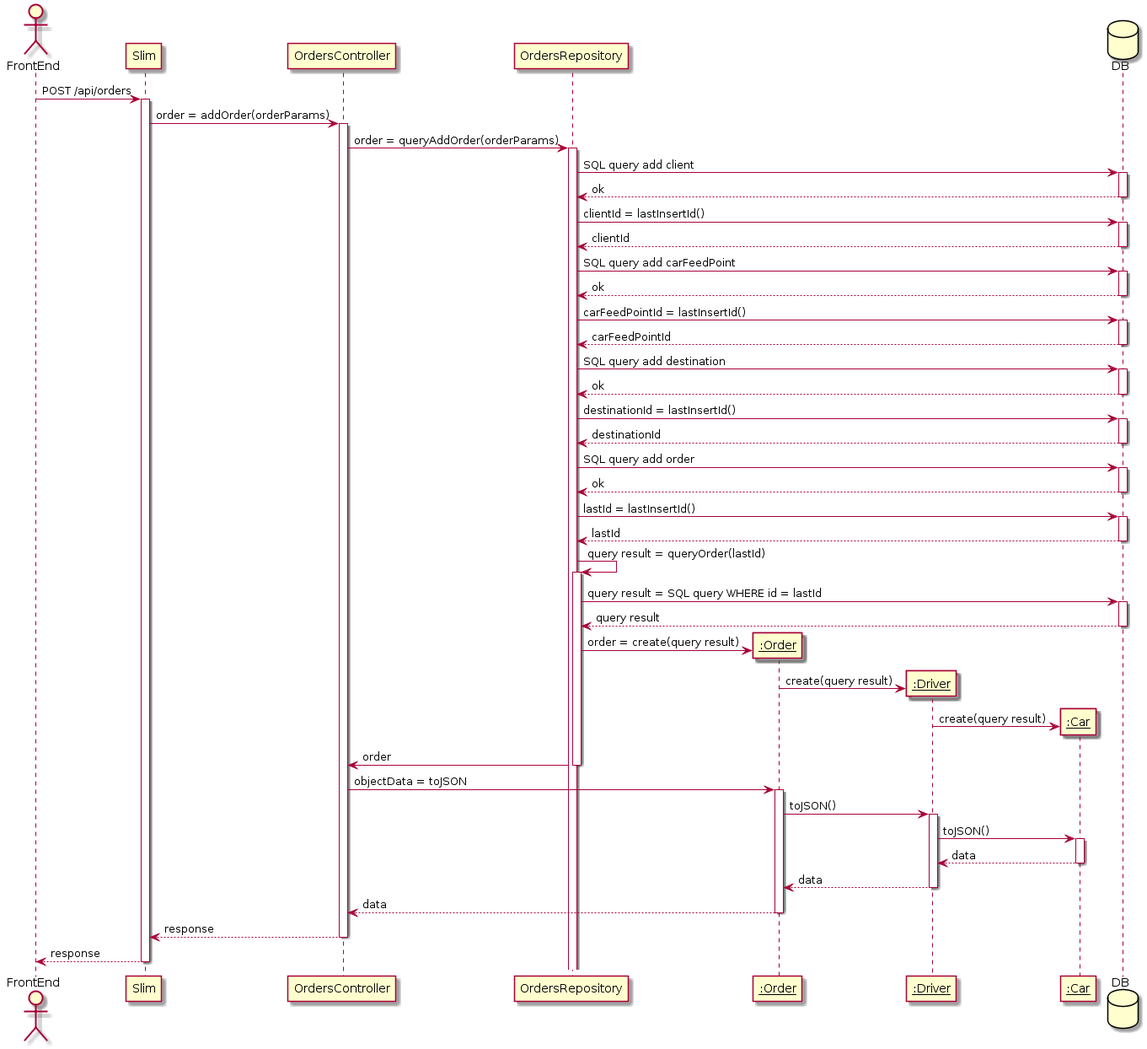
The PlantUML diagram docs/BackEnd/SequenceDiagram/AddOrder.png in malvinkooo/taxiSystem, before a commit.
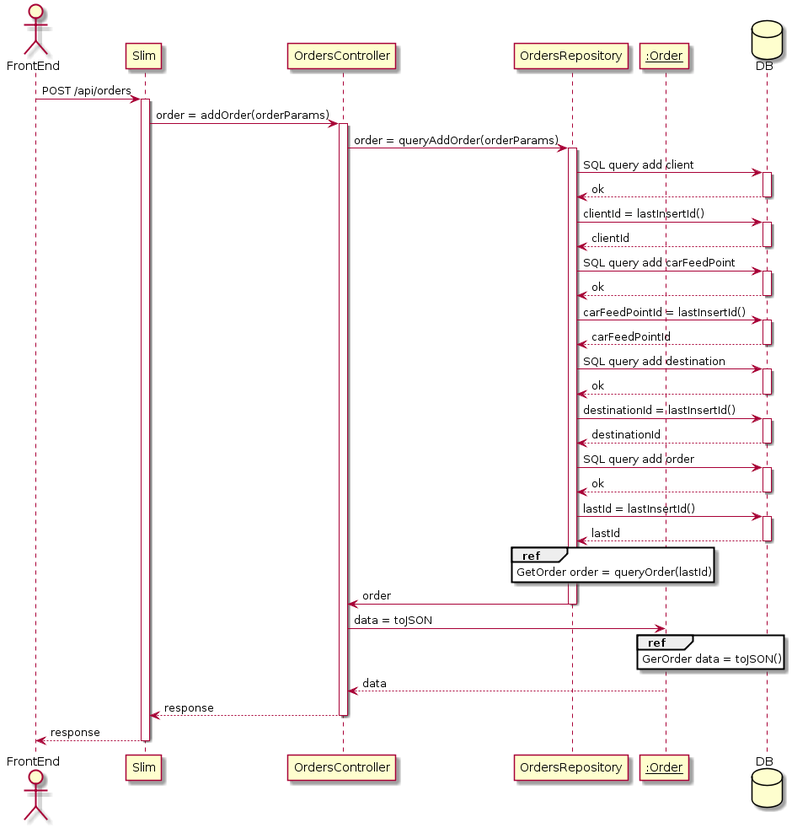
After the commit.

Change to the diagram source:
```diff
@@ -4,8 +4,6 @@
 participant OrdersController
 participant OrdersRepository
 participant "__:Order__" as Order
-participant "__:Driver__" as Driver
-participant "__:Car__" as Car
 database DB
 
 FrontEnd -> Slim : POST /api/orders
@@ -48,35 +46,19 @@
 DB --> OrdersRepository : lastId
 deactivate DB
 
-OrdersRepository -> OrdersRepository : query result = queryOrder(lastId)
-activate OrdersRepository
-OrdersRepository -> DB : query result = SQL query WHERE id = lastId
-activate DB
-DB --> OrdersRepository : query result
-deactivate DB
-
-create Order
-OrdersRepository -> Order : order = create(query result)
-create Driver
-Order -> Driver : create(query result)
-create Car
-Driver -> Car : create(query result)
+ref over OrdersRepository
+GetOrder order = queryOrder(lastId)
+end ref
 
 OrdersRepository -> OrdersController : order
 deactivate OrdersRepository
 
-OrdersController -> Order : objectData = toJSON
-activate Order
-Order -> Driver : toJSON()
-activate Driver
-Driver -> Car : toJSON()
-activate Car
-Car --> Driver : data
-deactivate Car
-Driver --> Order : data
-deactivate Driver
+OrdersController -> Order : data = toJSON
+ref over Order
+GerOrder data = toJSON()
+end ref
 Order --> OrdersController : data
-deactivate Order
+
 
 OrdersController --> Slim : response
 deactivate OrdersController
```
